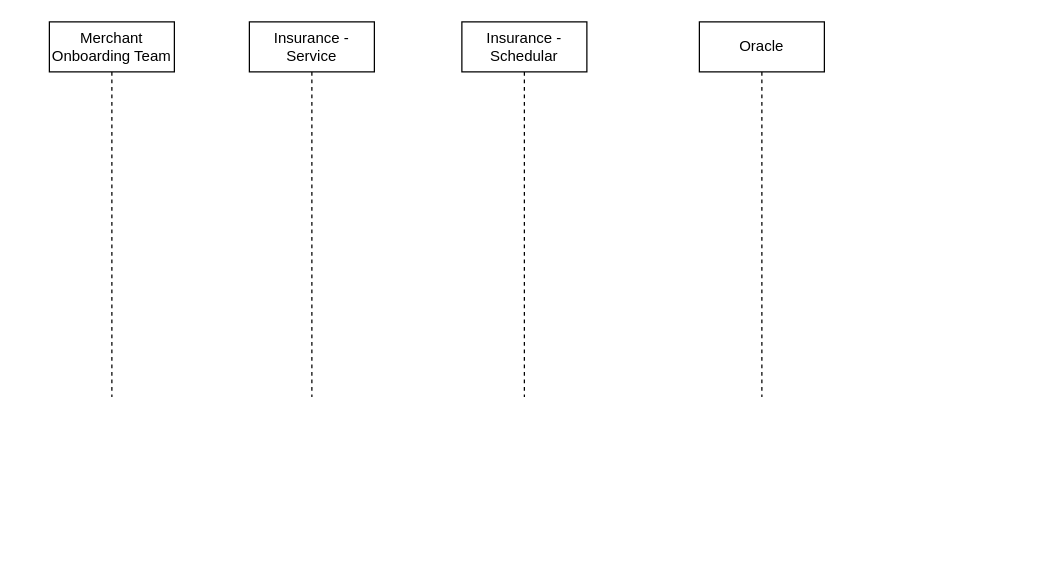
This is GPA on bundle.drawio from ashwiniadlakha/draw_io, a draw.io file, before an edit. Source tidied: cells renumbered, new cells numbered last; positions are measured from the earlier drawing's top-left corner, leaving out a move shared by most shapes. Both pictures are drawn from the tidied source at 125%, with x=0, y=0 at pixel (49, 21).
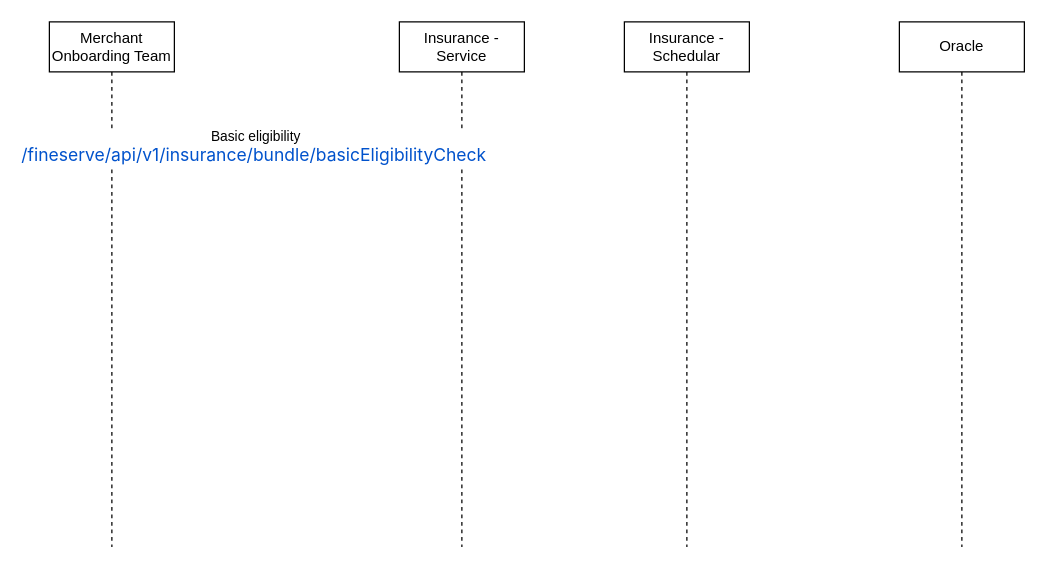
The same page after the edit.

The edit, as a diff of the source:
```diff
@@
 <mxGraphModel>
   <root>
     <mxCell id="0" />
     <mxCell id="1" parent="0" />
     <mxCell id="2" value="Merchant Onboarding Team" style="shape=umlLifeline;perimeter=lifelinePerimeter;whiteSpace=wrap;html=1;outlineConnect=0;portConstraint=eastwest;newEdgeStyle={&quot;edgeStyle&quot;:&quot;elbowEdgeStyle&quot;,&quot;elbow&quot;:&quot;vertical&quot;,&quot;curved&quot;:0,&quot;rounded&quot;:0};" parent="1" vertex="1">
-      <mxGeometry width="100" height="300" as="geometry" />
+      <mxGeometry width="100" height="420" as="geometry" />
     </mxCell>
     <mxCell id="3" value="Insurance - Service" style="shape=umlLifeline;perimeter=lifelinePerimeter;whiteSpace=wrap;html=1;outlineConnect=0;portConstraint=eastwest;newEdgeStyle={&quot;edgeStyle&quot;:&quot;elbowEdgeStyle&quot;,&quot;elbow&quot;:&quot;vertical&quot;,&quot;curved&quot;:0,&quot;rounded&quot;:0};" parent="1" vertex="1">
-      <mxGeometry x="160" width="100" height="300" as="geometry" />
+      <mxGeometry x="280" width="100" height="420" as="geometry" />
     </mxCell>
     <mxCell id="4" value="Insurance - Schedular" style="shape=umlLifeline;perimeter=lifelinePerimeter;whiteSpace=wrap;html=1;newEdgeStyle={&quot;edgeStyle&quot;:&quot;elbowEdgeStyle&quot;,&quot;elbow&quot;:&quot;vertical&quot;,&quot;curved&quot;:0,&quot;rounded&quot;:0};" parent="1" vertex="1">
-      <mxGeometry x="330" width="100" height="300" as="geometry" />
+      <mxGeometry x="460" width="100" height="420" as="geometry" />
     </mxCell>
     <mxCell id="5" value="Oracle" style="shape=umlLifeline;perimeter=lifelinePerimeter;whiteSpace=wrap;html=1;newEdgeStyle={&quot;edgeStyle&quot;:&quot;elbowEdgeStyle&quot;,&quot;elbow&quot;:&quot;vertical&quot;,&quot;curved&quot;:0,&quot;rounded&quot;:0};" parent="1" vertex="1">
-      <mxGeometry x="520" width="100" height="300" as="geometry" />
+      <mxGeometry x="680" width="100" height="420" as="geometry" />
     </mxCell>
+    <mxCell id="6" style="endArrow=open;endFill=1;endSize=12;html=1;rounded=0;" parent="1" edge="1" source="2" target="3">
+      <mxGeometry relative="1" as="geometry">
+        <Array as="points">
+          <mxPoint x="190" y="100" />
+        </Array>
+      </mxGeometry>
+    </mxCell>
+    <mxCell id="7" value="Basic eligibility&lt;br&gt;&lt;a style=&quot;color: rgb(0, 82, 204); text-decoration: var(--aui-link-decoration); font-family: -apple-system, &amp;quot;system-ui&amp;quot;, &amp;quot;Segoe UI&amp;quot;, Roboto, Oxygen, Ubuntu, &amp;quot;Fira Sans&amp;quot;, &amp;quot;Droid Sans&amp;quot;, &amp;quot;Helvetica Neue&amp;quot;, sans-serif; font-size: 14px; text-align: left;&quot; rel=&quot;nofollow&quot; class=&quot;external-link&quot; href=&quot;https://apbuat.airtelbank.com/fineserve/api/v1/insurance/bundle/basicEligibilityCheck&quot;&gt;/fineserve/api/v1/insurance/bundle/basicEligibilityCheck&lt;/a&gt;&amp;nbsp;" style="edgeLabel;html=1;align=center;verticalAlign=middle;" parent="6" vertex="1">
+      <mxGeometry x="-0.18" y="1" relative="1" as="geometry" />
+    </mxCell>
   </root>
 </mxGraphModel>
```
